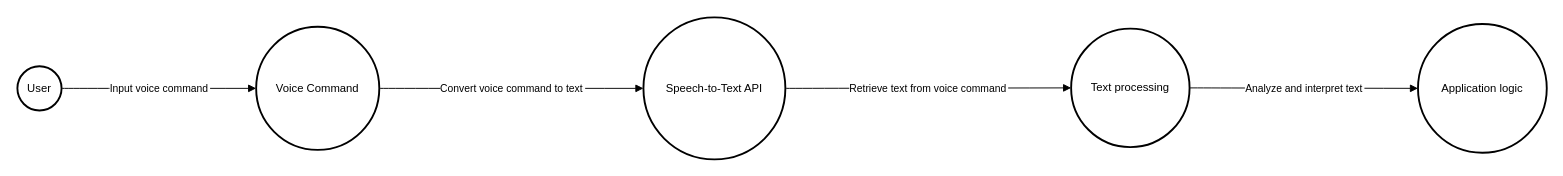
Before: Untitled Diagram.drawio in ahmadfaransiddiqui/Initializing-zero, a draw.io diagram. Source tidied: cells renumbered, new cells numbered last; positions are measured from the earlier drawing's top-left corner, leaving out a move shared by most shapes. Both pictures are drawn from the tidied source at 94%, with x=0, y=0 at pixel (17, 17).
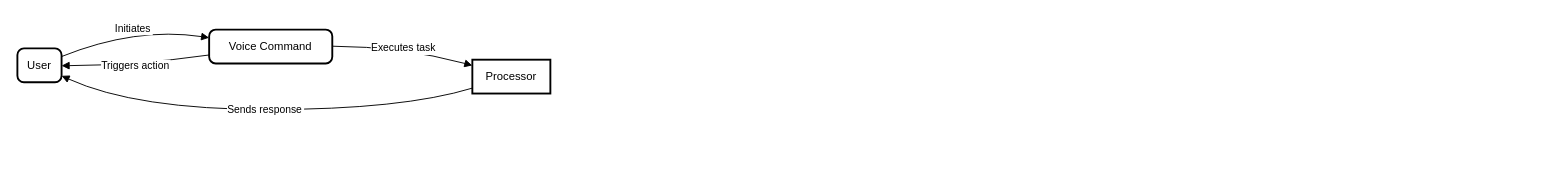
The same diagram, later.

Change to the diagram source:
```diff
@@
 <mxGraphModel>
   <root>
     <mxCell id="0" />
     <mxCell id="1" parent="0" />
-    <mxCell id="2" value="User" style="ellipse;strokeWidth=2;whiteSpace=wrap;" parent="1" vertex="1">
-      <mxGeometry y="52" width="47" height="47" as="geometry" />
+    <mxCell id="2" value="User" style="rounded=1;absoluteArcSize=1;arcSize=14;whiteSpace=wrap;strokeWidth=2;" parent="1" vertex="1">
+      <mxGeometry y="33" width="47" height="36" as="geometry" />
     </mxCell>
-    <mxCell id="3" value="Voice Command" style="ellipse;strokeWidth=2;whiteSpace=wrap;" parent="1" vertex="1">
-      <mxGeometry x="254" y="10" width="131" height="131" as="geometry" />
+    <mxCell id="3" value="Voice Command" style="rounded=1;absoluteArcSize=1;arcSize=14;whiteSpace=wrap;strokeWidth=2;" parent="1" vertex="1">
+      <mxGeometry x="204" y="13" width="131" height="36" as="geometry" />
     </mxCell>
-    <mxCell id="4" value="Speech-to-Text API" style="ellipse;strokeWidth=2;whiteSpace=wrap;" parent="1" vertex="1">
-      <mxGeometry x="666" width="151" height="151" as="geometry" />
+    <mxCell id="4" value="Processor" style="whiteSpace=wrap;strokeWidth=2;" parent="1" vertex="1">
+      <mxGeometry x="484" y="45" width="83" height="36" as="geometry" />
     </mxCell>
-    <mxCell id="5" value="Text processing" style="ellipse;strokeWidth=2;whiteSpace=wrap;" parent="1" vertex="1">
-      <mxGeometry x="1121" y="12" width="126" height="126" as="geometry" />
+    <mxCell id="5" value="Initiates" style="curved=1;startArrow=none;endArrow=block;exitX=1;exitY=0.24;entryX=0;entryY=0.24;" parent="1" edge="1" source="2" target="3">
+      <mxGeometry relative="1" as="geometry">
+        <Array as="points">
+          <mxPoint x="126" y="10" />
+        </Array>
+      </mxGeometry>
     </mxCell>
-    <mxCell id="6" value="Application logic" style="ellipse;strokeWidth=2;whiteSpace=wrap;" parent="1" vertex="1">
-      <mxGeometry x="1490" y="7" width="137" height="137" as="geometry" />
+    <mxCell id="6" value="Triggers action" style="curved=1;startArrow=none;endArrow=block;exitX=0;exitY=0.75;entryX=1;entryY=0.51;" parent="1" edge="1" source="3" target="2">
+      <mxGeometry relative="1" as="geometry">
+        <Array as="points">
+          <mxPoint x="126" y="51" />
+        </Array>
+      </mxGeometry>
     </mxCell>
-    <mxCell id="7" value="Input voice command" style="curved=1;startArrow=none;endArrow=block;exitX=1;exitY=0.5;entryX=0;entryY=0.5;" parent="1" edge="1" source="2" target="3">
-      <mxGeometry relative="1" as="geometry" />
+    <mxCell id="7" value="Executes task" style="curved=1;startArrow=none;endArrow=block;exitX=1;exitY=0.49;entryX=0;entryY=0.17;" parent="1" edge="1" source="3" target="4">
+      <mxGeometry relative="1" as="geometry">
+        <Array as="points">
+          <mxPoint x="409" y="31" />
+        </Array>
+      </mxGeometry>
     </mxCell>
-    <mxCell id="8" value="Convert voice command to text" style="curved=1;startArrow=none;endArrow=block;exitX=1;exitY=0.5;entryX=0;entryY=0.5;" parent="1" edge="1" source="3" target="4">
-      <mxGeometry relative="1" as="geometry" />
+    <mxCell id="8" value="Sends response" style="curved=1;startArrow=none;endArrow=block;exitX=0;exitY=0.84;entryX=1;entryY=0.81;" parent="1" edge="1" source="4" target="2">
+      <mxGeometry relative="1" as="geometry">
+        <Array as="points">
+          <mxPoint x="409" y="98" />
+          <mxPoint x="126" y="98" />
+        </Array>
+      </mxGeometry>
     </mxCell>
-    <mxCell id="9" value="Retrieve text from voice command" style="curved=1;startArrow=none;endArrow=block;exitX=1;exitY=0.5;entryX=0;entryY=0.5;" parent="1" edge="1" source="4" target="5">
-      <mxGeometry relative="1" as="geometry" />
-    </mxCell>
-    <mxCell id="10" value="Analyze and interpret text" style="curved=1;startArrow=none;endArrow=block;exitX=1;exitY=0.5;entryX=0;entryY=0.5;" parent="1" edge="1" source="5" target="6">
-      <mxGeometry relative="1" as="geometry" />
-    </mxCell>
   </root>
 </mxGraphModel>
```
